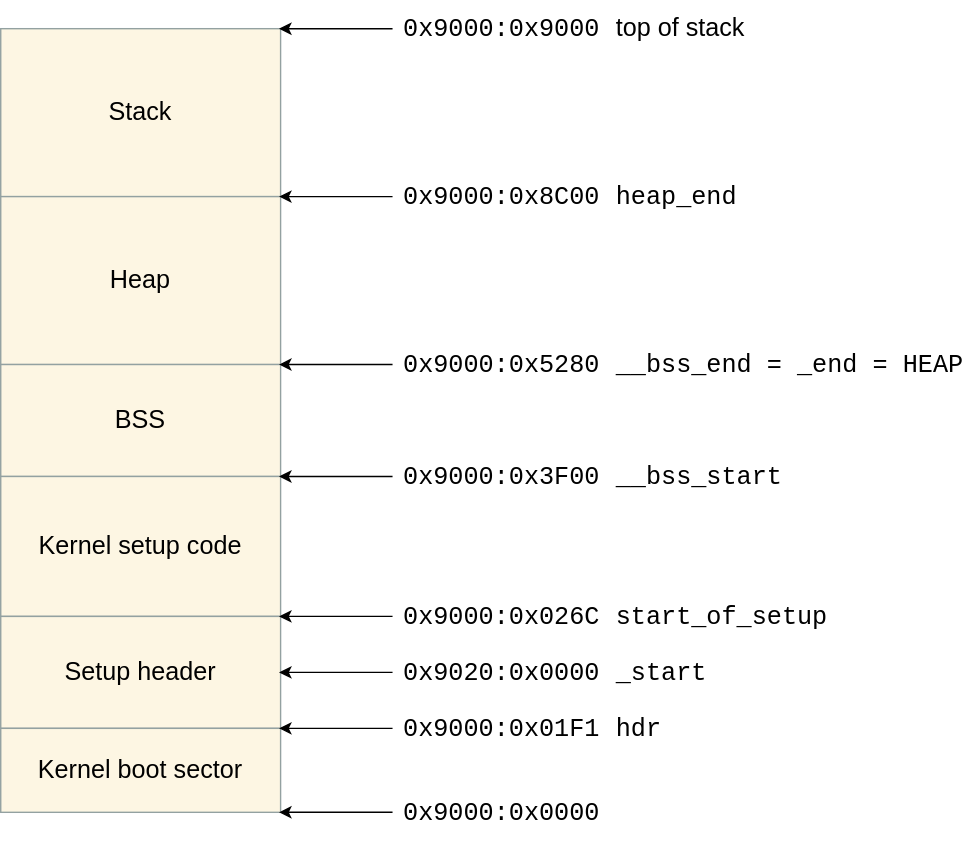
Before: Booting/images/early-heap.svg, a diagram exported from draw.io (0xAX/linux-insides). Source tidied: cells renumbered, new cells last; positions are measured from the earlier drawing's top-left corner, leaving out a move shared by most shapes.
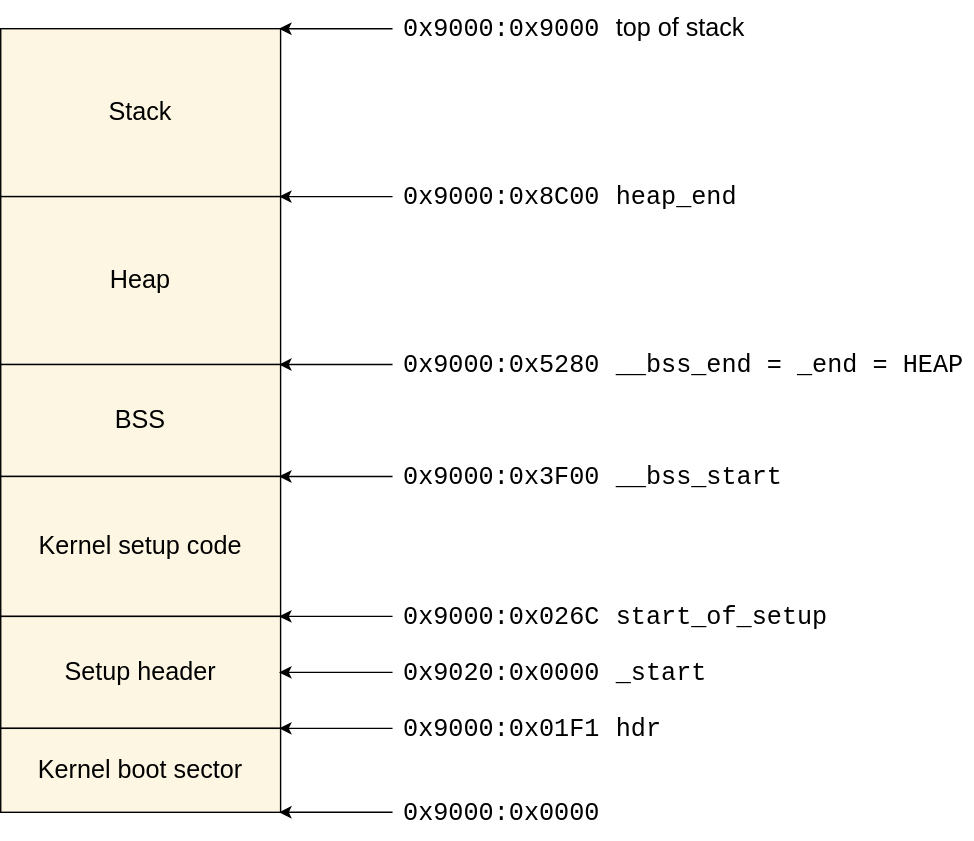
The same diagram one commit later.

Commit message:
boot: unify borders on diagrams

Diff of the diagram source:
```diff
@@ -2,22 +2,22 @@
   <root>
     <mxCell id="0" />
     <mxCell id="1" parent="0" />
-    <mxCell id="2" value="Stack" style="rounded=0;whiteSpace=wrap;html=1;fillColor=#FDF6E3;strokeColor=#93A1A1;strokeWidth=1;fontColor=#000000;fontSize=18;fontFamily=Helvetica;" parent="1" vertex="1">
+    <mxCell id="2" value="Stack" style="rounded=0;whiteSpace=wrap;html=1;fillColor=#FDF6E3;strokeColor=#000000;strokeWidth=1;fontColor=#000000;fontSize=18;fontFamily=Helvetica;" parent="1" vertex="1">
       <mxGeometry y="15" width="200" height="120" as="geometry" />
     </mxCell>
-    <mxCell id="3" value="Heap" style="rounded=0;whiteSpace=wrap;html=1;fillColor=#FDF6E3;strokeColor=#93A1A1;strokeWidth=1;fontColor=#000000;fontSize=18;fontFamily=Helvetica;" parent="1" vertex="1">
+    <mxCell id="3" value="Heap" style="rounded=0;whiteSpace=wrap;html=1;fillColor=#FDF6E3;strokeColor=#000000;strokeWidth=1;fontColor=#000000;fontSize=18;fontFamily=Helvetica;" parent="1" vertex="1">
       <mxGeometry y="135" width="200" height="120" as="geometry" />
     </mxCell>
-    <mxCell id="4" value="BSS" style="rounded=0;whiteSpace=wrap;html=1;fillColor=#FDF6E3;strokeColor=#93A1A1;strokeWidth=1;fontColor=#000000;fontSize=18;fontFamily=Helvetica;" parent="1" vertex="1">
+    <mxCell id="4" value="BSS" style="rounded=0;whiteSpace=wrap;html=1;fillColor=#FDF6E3;strokeColor=#000000;strokeWidth=1;fontColor=#000000;fontSize=18;fontFamily=Helvetica;" parent="1" vertex="1">
       <mxGeometry y="255" width="200" height="80" as="geometry" />
     </mxCell>
-    <mxCell id="5" value="Kernel setup code" style="rounded=0;whiteSpace=wrap;html=1;fillColor=#FDF6E3;strokeColor=#93A1A1;strokeWidth=1;fontColor=#000000;fontSize=18;fontFamily=Helvetica;" parent="1" vertex="1">
+    <mxCell id="5" value="Kernel setup code" style="rounded=0;whiteSpace=wrap;html=1;fillColor=#FDF6E3;strokeColor=#000000;strokeWidth=1;fontColor=#000000;fontSize=18;fontFamily=Helvetica;" parent="1" vertex="1">
       <mxGeometry y="335" width="200" height="100" as="geometry" />
     </mxCell>
-    <mxCell id="6" value="Setup header" style="rounded=0;whiteSpace=wrap;html=1;fillColor=#FDF6E3;strokeColor=#93A1A1;strokeWidth=1;fontColor=#000000;fontSize=18;fontFamily=Helvetica;" parent="1" vertex="1">
+    <mxCell id="6" value="Setup header" style="rounded=0;whiteSpace=wrap;html=1;fillColor=#FDF6E3;strokeColor=#000000;strokeWidth=1;fontColor=#000000;fontSize=18;fontFamily=Helvetica;" parent="1" vertex="1">
       <mxGeometry y="435" width="200" height="80" as="geometry" />
     </mxCell>
-    <mxCell id="7" value="Kernel boot sector" style="rounded=0;whiteSpace=wrap;html=1;fillColor=#FDF6E3;strokeColor=#93A1A1;strokeWidth=1;fontColor=#000000;fontSize=18;fontFamily=Helvetica;" parent="1" vertex="1">
+    <mxCell id="7" value="Kernel boot sector" style="rounded=0;whiteSpace=wrap;html=1;fillColor=#FDF6E3;strokeColor=#000000;strokeWidth=1;fontColor=#000000;fontSize=18;fontFamily=Helvetica;" parent="1" vertex="1">
       <mxGeometry y="515" width="200" height="60" as="geometry" />
     </mxCell>
     <mxCell id="8" style="edgeStyle=orthogonalEdgeStyle;rounded=0;orthogonalLoop=1;html=1;" parent="1" edge="1">
```
